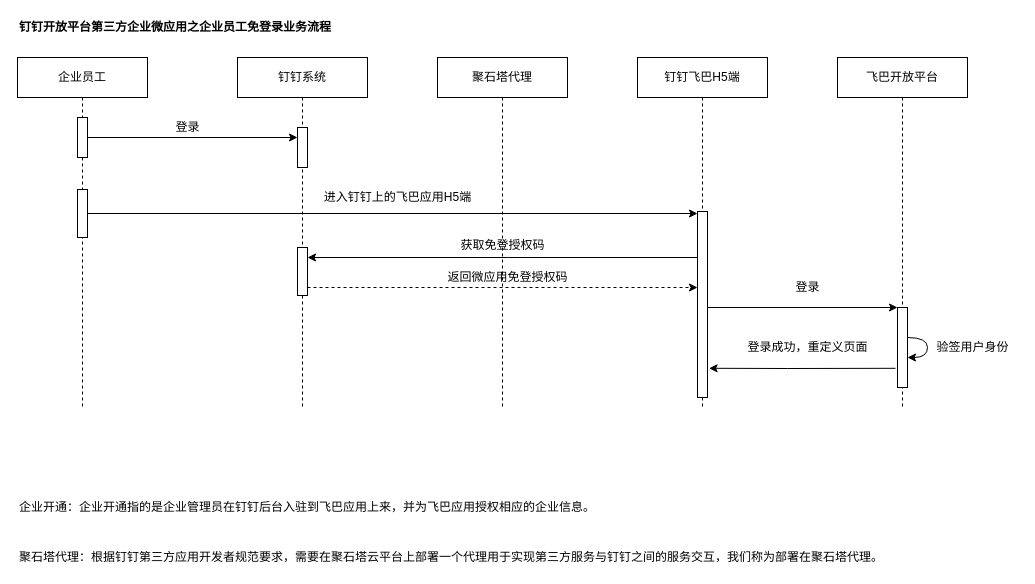
This is page "dingtalk_openapi_login_000" (3 of 5) of src/work/flyby/present/dingtalk.drawio from ab-doc/draw.io, a draw.io file, before an edit. Source tidied: cells renumbered, new cells numbered last; positions are measured from the earlier drawing's top-left corner, leaving out a move shared by most shapes. Both pictures are drawn from the tidied source at 100%, with x=0, y=0 at pixel (17, 17).
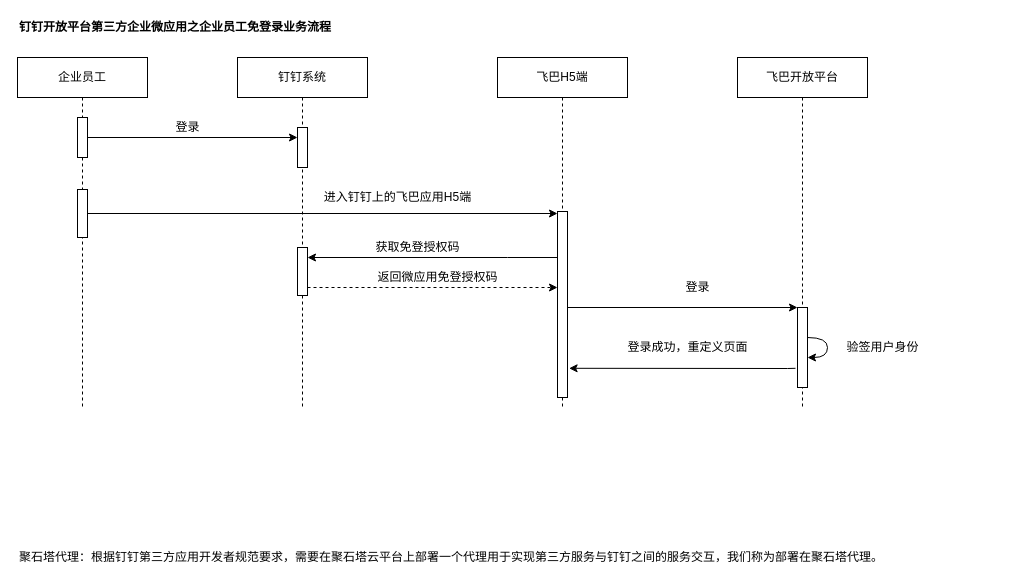
The same diagram, later.

The change refers to these unchanged cells:
```xml
<mxCell id="16" style="html=1;points=[];perimeter=orthogonalPerimeter;" parent="15" vertex="1">
  <mxGeometry x="60" y="190" width="10" height="48" as="geometry" />
</mxCell>
```

Diff of the diagram source:
```diff
@@
-    <mxCell id="2" value="聚石塔代理" style="shape=umlLifeline;perimeter=lifelinePerimeter;whiteSpace=wrap;html=1;" parent="1" vertex="1">
-      <mxGeometry x="420" y="40" width="130" height="350" as="geometry" />
-    </mxCell>
-    <mxCell id="3" value="获取免登授权码" style="text;html=1;align=center;verticalAlign=middle;" parent="2" vertex="1">
-      <mxGeometry x="15" y="178" width="100" height="20" as="geometry" />
-    </mxCell>
-    <mxCell id="4" value="钉钉飞巴H5端" style="shape=umlLifeline;perimeter=lifelinePerimeter;whiteSpace=wrap;html=1;" parent="1" vertex="1">
-      <mxGeometry x="620" y="40" width="130" height="350" as="geometry" />
+    <mxCell id="4" value="飞巴H5端" style="shape=umlLifeline;perimeter=lifelinePerimeter;whiteSpace=wrap;html=1;" parent="1" vertex="1">
+      <mxGeometry x="480" y="40" width="130" height="350" as="geometry" />
     </mxCell>
@@
     <mxCell id="6" value="飞巴开放平台" style="shape=umlLifeline;perimeter=lifelinePerimeter;whiteSpace=wrap;html=1;" parent="1" vertex="1">
-      <mxGeometry x="820" y="40" width="130" height="350" as="geometry" />
+      <mxGeometry x="720" y="40" width="130" height="350" as="geometry" />
     </mxCell>
@@
     <mxCell id="9" value="返回微应用免登授权码" style="text;html=1;align=center;verticalAlign=middle;" parent="1" vertex="1">
-      <mxGeometry x="420" y="250" width="140" height="20" as="geometry" />
+      <mxGeometry x="350" y="250" width="140" height="20" as="geometry" />
     </mxCell>
     <mxCell id="10" value="验签用户身份" style="text;html=1;align=center;verticalAlign=middle;" parent="1" vertex="1">
-      <mxGeometry x="910" y="320" width="90" height="20" as="geometry" />
+      <mxGeometry x="820" y="320" width="90" height="20" as="geometry" />
     </mxCell>
@@
     <mxCell id="23" style="edgeStyle=none;rounded=0;jettySize=auto;html=1;dashed=1;" parent="1" edge="1" source="16">
       <mxGeometry relative="1" as="geometry">
-        <mxPoint x="680" y="270" as="targetPoint" />
+        <mxPoint x="540" y="270" as="targetPoint" />
         <Array as="points">
           <mxPoint x="330" y="270" />
         </Array>
       </mxGeometry>
     </mxCell>
@@
     <mxCell id="26" value="登录" style="text;html=1;align=center;verticalAlign=middle;" parent="1" vertex="1">
-      <mxGeometry x="770" y="260" width="40" height="20" as="geometry" />
+      <mxGeometry x="660" y="260" width="40" height="20" as="geometry" />
     </mxCell>
     <mxCell id="27" value="登录成功，重定义页面" style="text;html=1;align=center;verticalAlign=middle;" parent="1" vertex="1">
-      <mxGeometry x="720" y="320" width="140" height="20" as="geometry" />
+      <mxGeometry x="600" y="320" width="140" height="20" as="geometry" />
     </mxCell>
-    <mxCell id="28" value="企业开通：企业开通指的是企业管理员在钉钉后台入驻到飞巴应用上来，并为飞巴应用授权相应的企业信息。" style="text;html=1;align=left;verticalAlign=middle;" parent="1" vertex="1">
-      <mxGeometry y="480" width="590" height="20" as="geometry" />
-    </mxCell>
@@
+    <mxCell id="3" value="获取免登授权码" style="text;html=1;align=center;verticalAlign=middle;" parent="1" vertex="1">
+      <mxGeometry x="350" y="220" width="100" height="20" as="geometry" />
+    </mxCell>
```
